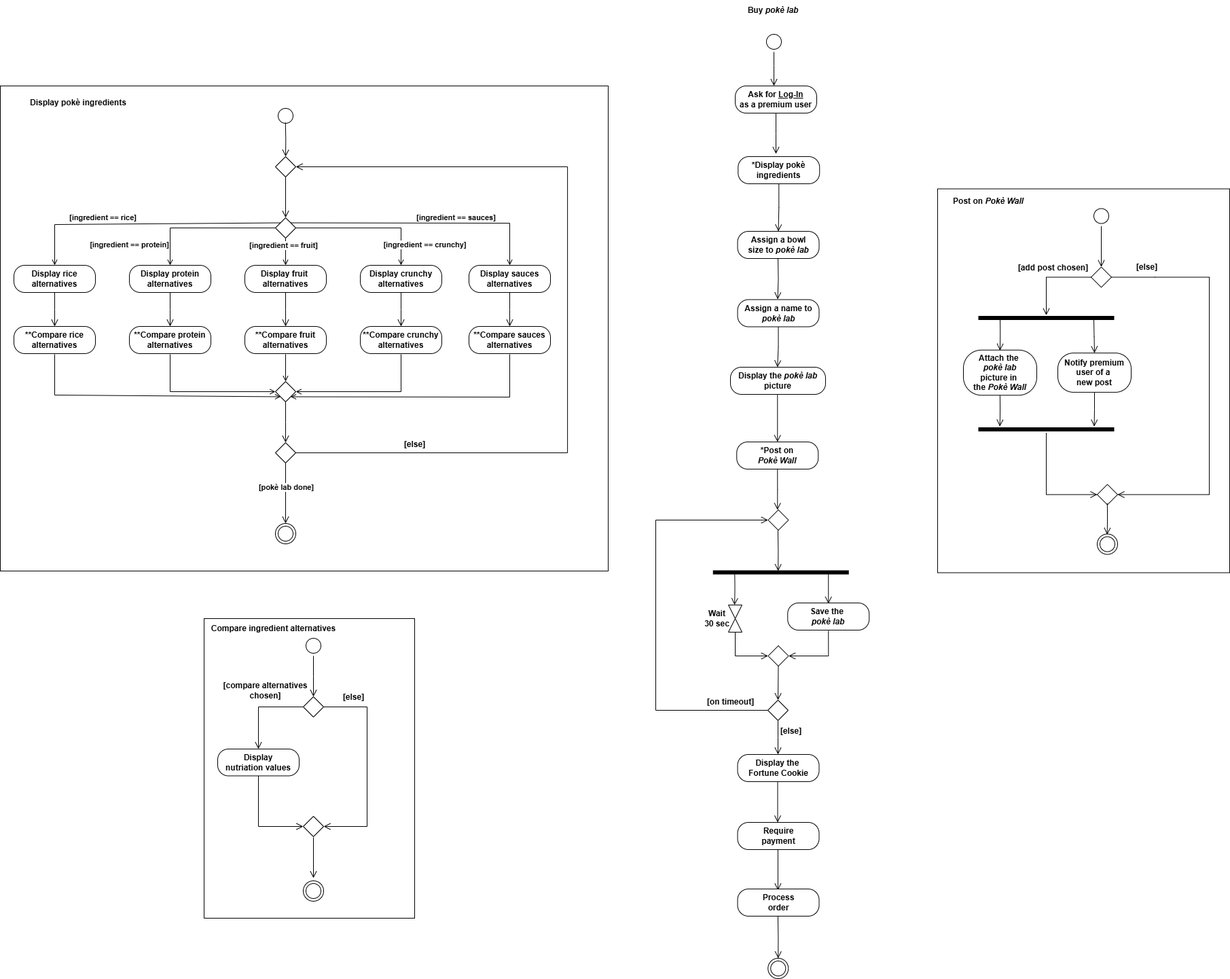
Above: diagrams/ActivityDiagram.drawio.png in matteopinfildi/YourPoke-ISPWProject (draw.io), before the change. Source tidied: cells renumbered, new cells last; positions are measured from the earlier drawing's top-left corner, leaving out a move shared by most shapes.
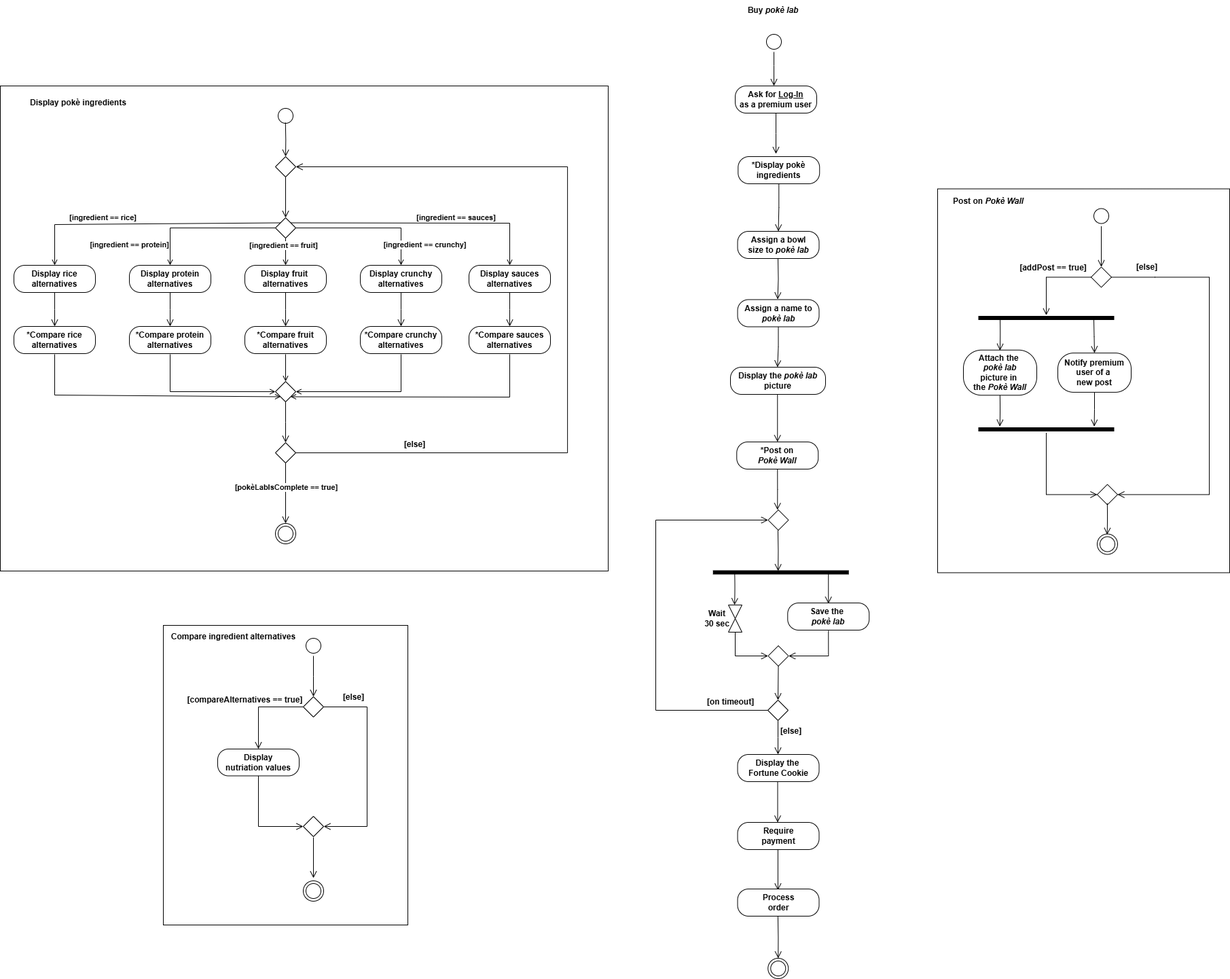
After the commit.

The edit, as a diff of the source:
```diff
@@ -167,7 +167,7 @@
     <mxCell id="36" style="rhombus;whiteSpace=wrap;html=1;labelBackgroundColor=none;" parent="1" vertex="1">
       <mxGeometry x="405" y="651" width="30" height="30" as="geometry" />
     </mxCell>
-    <mxCell id="37" value="&lt;b&gt;[pokè lab done]&lt;/b&gt;" style="edgeStyle=orthogonalEdgeStyle;html=1;verticalAlign=bottom;endArrow=open;endSize=8;rounded=0;exitX=0.5;exitY=1;exitDx=0;exitDy=0;" parent="1" edge="1" source="36">
+    <mxCell id="37" value="&lt;b&gt;[pokèLabIsComplete == true]&lt;/b&gt;" style="edgeStyle=orthogonalEdgeStyle;html=1;verticalAlign=bottom;endArrow=open;endSize=8;rounded=0;exitX=0.5;exitY=1;exitDx=0;exitDy=0;" parent="1" edge="1" source="36">
       <mxGeometry x="0.01" relative="1" as="geometry">
         <mxPoint x="420" y="770" as="targetPoint" />
       </mxGeometry>
@@ -243,7 +243,7 @@
     <mxCell id="54" value="&lt;b&gt;Attach the&amp;nbsp;&lt;/b&gt;&lt;div&gt;&lt;b style=&quot;background-color: transparent; color: light-dark(rgb(0, 0, 0), rgb(255, 255, 255));&quot;&gt;&lt;i&gt;pokè lab&lt;/i&gt;&lt;/b&gt;&lt;/div&gt;&lt;div&gt;&lt;b style=&quot;background-color: transparent; color: light-dark(rgb(0, 0, 0), rgb(255, 255, 255));&quot;&gt;picture in&amp;nbsp;&lt;/b&gt;&lt;/div&gt;&lt;div&gt;&lt;div&gt;&lt;b&gt;the &lt;i&gt;Pokè Wall&lt;/i&gt;&lt;/b&gt;&lt;/div&gt;&lt;/div&gt;" style="rounded=1;whiteSpace=wrap;html=1;arcSize=40;labelBackgroundColor=none;" parent="1" vertex="1">
       <mxGeometry x="1418" y="514.8" width="108" height="66.5" as="geometry" />
     </mxCell>
-    <mxCell id="55" value="&lt;b&gt;[add post chosen]&lt;/b&gt;" style="edgeStyle=none;curved=0;rounded=0;jettySize=auto;html=1;exitX=0;exitY=0.5;exitDx=0;exitDy=0;fontSize=12;startSize=8;endSize=8;labelBackgroundColor=none;fontColor=default;endArrow=open;endFill=0;" parent="1" edge="1" source="57">
+    <mxCell id="55" value="&lt;b&gt;[addPost == true]&lt;/b&gt;" style="edgeStyle=none;curved=0;rounded=0;jettySize=auto;html=1;exitX=0;exitY=0.5;exitDx=0;exitDy=0;fontSize=12;startSize=8;endSize=8;labelBackgroundColor=none;fontColor=default;endArrow=open;endFill=0;" parent="1" edge="1" source="57">
       <mxGeometry x="-0.08" y="-14" relative="1" as="geometry">
         <mxPoint x="1540" y="463.5" as="targetPoint" />
         <Array as="points">
@@ -297,23 +297,23 @@
         <mxPoint x="750" y="480" as="targetPoint" />
       </mxGeometry>
     </mxCell>
-    <mxCell id="66" value="&lt;b&gt;**Compare rice&lt;/b&gt;&lt;div&gt;&lt;b&gt;alternatives&lt;/b&gt;&lt;/div&gt;" style="rounded=1;whiteSpace=wrap;html=1;arcSize=40;" parent="1" vertex="1">
+    <mxCell id="66" value="&lt;b&gt;*Compare rice&lt;/b&gt;&lt;div&gt;&lt;b&gt;alternatives&lt;/b&gt;&lt;/div&gt;" style="rounded=1;whiteSpace=wrap;html=1;arcSize=40;" parent="1" vertex="1">
       <mxGeometry x="20" y="480" width="120" height="40" as="geometry" />
     </mxCell>
-    <mxCell id="67" value="&lt;b&gt;**Compare protein&lt;/b&gt;&lt;br&gt;&lt;div&gt;&lt;b&gt;alternatives&lt;/b&gt;&lt;/div&gt;" style="rounded=1;whiteSpace=wrap;html=1;arcSize=40;" parent="1" vertex="1">
+    <mxCell id="67" value="&lt;b&gt;*Compare protein&lt;/b&gt;&lt;br&gt;&lt;div&gt;&lt;b&gt;alternatives&lt;/b&gt;&lt;/div&gt;" style="rounded=1;whiteSpace=wrap;html=1;arcSize=40;" parent="1" vertex="1">
       <mxGeometry x="190" y="480" width="120" height="40" as="geometry" />
     </mxCell>
-    <mxCell id="68" value="&lt;div&gt;&lt;b&gt;**Compare fruit&lt;/b&gt;&lt;/div&gt;&lt;div&gt;&lt;b&gt;alternatives&lt;/b&gt;&lt;/div&gt;" style="rounded=1;whiteSpace=wrap;html=1;arcSize=40;" parent="1" vertex="1">
+    <mxCell id="68" value="&lt;div&gt;&lt;b&gt;*Compare fruit&lt;/b&gt;&lt;/div&gt;&lt;div&gt;&lt;b&gt;alternatives&lt;/b&gt;&lt;/div&gt;" style="rounded=1;whiteSpace=wrap;html=1;arcSize=40;" parent="1" vertex="1">
       <mxGeometry x="360" y="480" width="120" height="40" as="geometry" />
     </mxCell>
-    <mxCell id="69" value="&lt;b&gt;**Compare crunchy&lt;/b&gt;&lt;br&gt;&lt;div&gt;&lt;b&gt;alternatives&lt;/b&gt;&lt;/div&gt;" style="rounded=1;whiteSpace=wrap;html=1;arcSize=40;" parent="1" vertex="1">
+    <mxCell id="69" value="&lt;b&gt;*Compare crunchy&lt;/b&gt;&lt;br&gt;&lt;div&gt;&lt;b&gt;alternatives&lt;/b&gt;&lt;/div&gt;" style="rounded=1;whiteSpace=wrap;html=1;arcSize=40;" parent="1" vertex="1">
       <mxGeometry x="530" y="480" width="120" height="40" as="geometry" />
     </mxCell>
-    <mxCell id="70" value="&lt;div&gt;&lt;b&gt;**Compare sauces&lt;/b&gt;&lt;/div&gt;&lt;div&gt;&lt;b&gt;alternatives&lt;/b&gt;&lt;/div&gt;" style="rounded=1;whiteSpace=wrap;html=1;arcSize=40;" parent="1" vertex="1">
+    <mxCell id="70" value="&lt;div&gt;&lt;b&gt;*Compare sauces&lt;/b&gt;&lt;/div&gt;&lt;div&gt;&lt;b&gt;alternatives&lt;/b&gt;&lt;/div&gt;" style="rounded=1;whiteSpace=wrap;html=1;arcSize=40;" parent="1" vertex="1">
       <mxGeometry x="690" y="480" width="120" height="40" as="geometry" />
     </mxCell>
     <mxCell id="71" style="rounded=0;whiteSpace=wrap;html=1;fillColor=none;labelBackgroundColor=none;" parent="1" vertex="1">
-      <mxGeometry x="300" y="910" width="310" height="441" as="geometry" />
+      <mxGeometry x="240" y="920" width="360" height="441" as="geometry" />
     </mxCell>
     <mxCell id="72" style="ellipse;html=1;shape=startState;labelBackgroundColor=none;" parent="1" vertex="1">
       <mxGeometry x="446" y="935" width="30" height="30" as="geometry" />
@@ -333,13 +333,14 @@
         </Array>
       </mxGeometry>
     </mxCell>
-    <mxCell id="76" value="&lt;b&gt;[compare alternatives&lt;/b&gt;&lt;div&gt;&lt;b&gt;chosen]&lt;/b&gt;&lt;/div&gt;" style="edgeStyle=none;curved=0;rounded=0;orthogonalLoop=1;jettySize=auto;html=1;exitX=0;exitY=0.5;exitDx=0;exitDy=0;fontSize=12;startSize=8;endSize=8;labelBackgroundColor=none;fontColor=default;endArrow=open;endFill=0;entryX=0.5;entryY=0;entryDx=0;entryDy=0;" parent="1" edge="1">
-      <mxGeometry x="-0.12" y="-24" relative="1" as="geometry">
+    <mxCell id="76" value="&lt;b&gt;[compareAlternatives == true&lt;/b&gt;&lt;b style=&quot;background-color: transparent; color: light-dark(rgb(0, 0, 0), rgb(255, 255, 255));&quot;&gt;]&lt;/b&gt;" style="edgeStyle=none;curved=0;rounded=0;orthogonalLoop=1;jettySize=auto;html=1;exitX=0;exitY=0.5;exitDx=0;exitDy=0;fontSize=12;startSize=8;endSize=8;labelBackgroundColor=none;fontColor=default;endArrow=open;endFill=0;entryX=0.5;entryY=0;entryDx=0;entryDy=0;" parent="1" edge="1">
+      <mxGeometry x="0.03" y="-22" relative="1" as="geometry">
         <mxPoint x="446" y="1040" as="sourcePoint" />
         <mxPoint x="380" y="1102" as="targetPoint" />
         <Array as="points">
           <mxPoint x="380" y="1040" />
         </Array>
+        <mxPoint x="2" y="-10" as="offset" />
       </mxGeometry>
     </mxCell>
     <mxCell id="77" value="&lt;b&gt;[else]&lt;/b&gt;" style="edgeStyle=none;curved=0;rounded=0;jettySize=auto;html=1;exitX=1;exitY=0.5;exitDx=0;exitDy=0;fontSize=12;startSize=8;endSize=8;entryX=1;entryY=0.5;entryDx=0;entryDy=0;labelBackgroundColor=none;fontColor=default;endArrow=open;endFill=0;" parent="1" edge="1" source="78" target="79">
@@ -366,7 +367,7 @@
       </mxGeometry>
     </mxCell>
     <mxCell id="82" value="&lt;span style=&quot;font-size: 12px;&quot;&gt;&lt;b&gt;Compare ingredient alternatives&lt;/b&gt;&lt;/span&gt;" style="text;strokeColor=none;fillColor=none;html=1;align=center;verticalAlign=middle;whiteSpace=wrap;rounded=0;fontSize=16;labelBackgroundColor=none;" parent="1" vertex="1">
-      <mxGeometry x="300" y="907.5" width="205" height="30" as="geometry" />
+      <mxGeometry x="241" y="920" width="205" height="30" as="geometry" />
     </mxCell>
     <mxCell id="83" value="&lt;b&gt;Save the&amp;nbsp;&lt;/b&gt;&lt;div&gt;&lt;b&gt;&lt;i&gt;pokè lab&lt;/i&gt;&lt;/b&gt;&lt;/div&gt;" style="rounded=1;whiteSpace=wrap;html=1;arcSize=40;labelBackgroundColor=none;" parent="1" vertex="1">
       <mxGeometry x="1159.2" y="887" width="120" height="40" as="geometry" />
```
